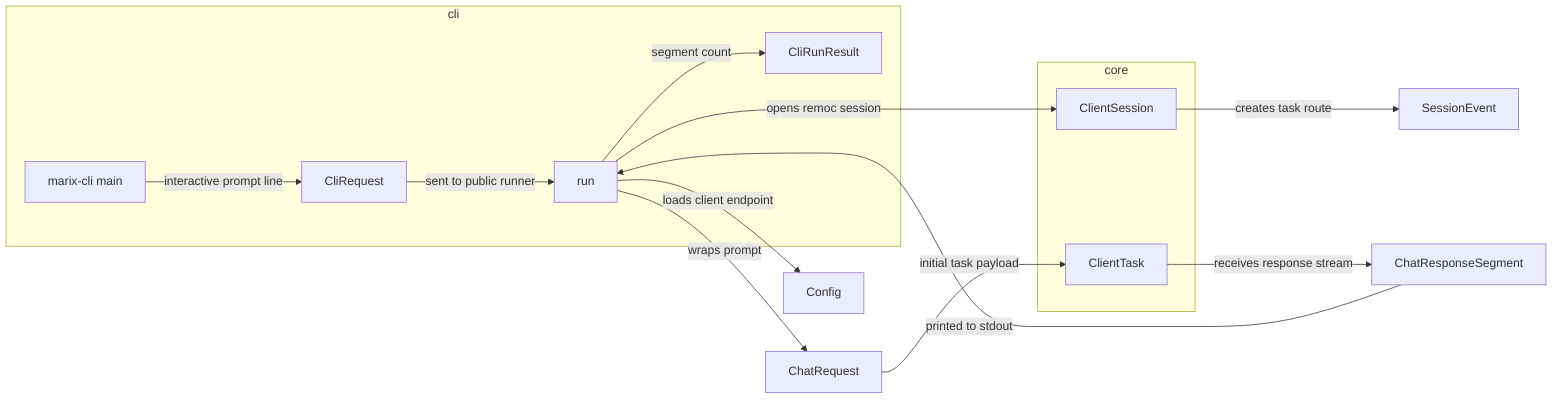
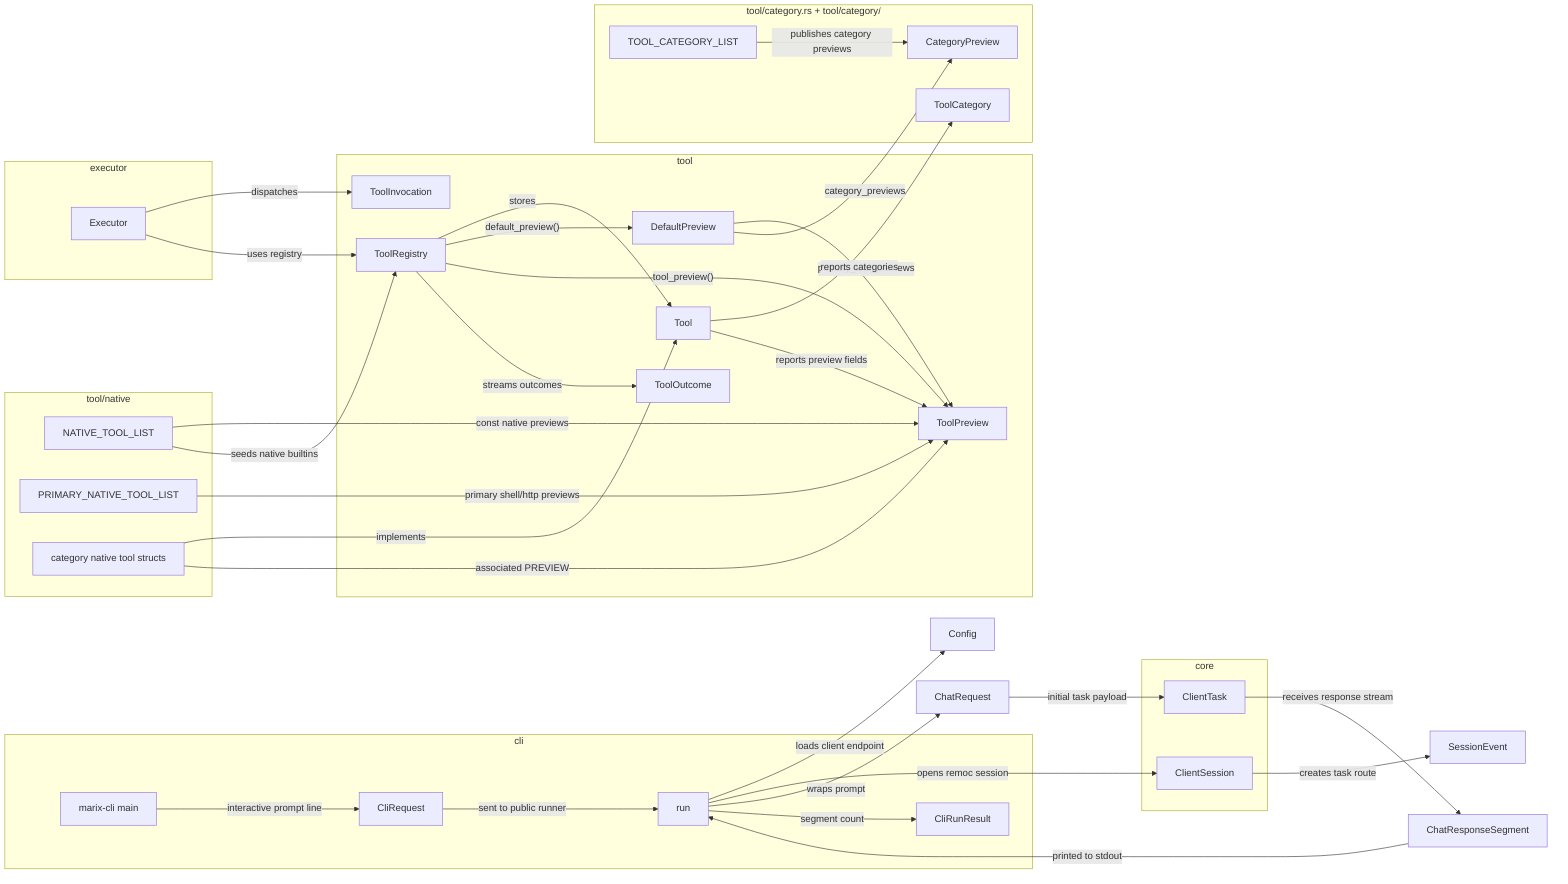
flowchart LR
  subgraph cli["cli"]
    CliMain["marix-cli main"]
    CliRequest["CliRequest"]
    CliRun["run"]
    CliRunResult["CliRunResult"]
  end

  subgraph core["core"]
    ClientSession["ClientSession"]
    ClientTask["ClientTask"]
+   end
+ 
+   subgraph executor["executor"]
+     Executor["Executor"]
+   end
+ 
+   subgraph tool["tool"]
+     ToolRegistry["ToolRegistry"]
+     ToolTrait["Tool"]
+     DefaultPreview["DefaultPreview"]
+     ToolPreview["ToolPreview"]
+     ToolInvocation["ToolInvocation"]
+     ToolOutcome["ToolOutcome"]
+   end
+ 
+   subgraph category["tool/category.rs + tool/category/"]
+     ToolCategoryList["TOOL_CATEGORY_LIST"]
+     ToolCategory["ToolCategory"]
+     CategoryPreview["CategoryPreview"]
+   end
+ 
+   subgraph native["tool/native"]
+     NativeToolList["NATIVE_TOOL_LIST"]
+     PrimaryNativeToolList["PRIMARY_NATIVE_TOOL_LIST"]
+     NativeToolStructs["category native tool structs"]
  end

  Config["Config"]
  ChatRequest["ChatRequest"]
  SessionEvent["SessionEvent"]
  ChatResponseSegment["ChatResponseSegment"]

  CliMain -->|"interactive prompt line"| CliRequest
  CliRequest -->|"sent to public runner"| CliRun
  CliRun -->|"loads client endpoint"| Config
  CliRun -->|"opens remoc session"| ClientSession
  ClientSession -->|"creates task route"| SessionEvent
  CliRun -->|"wraps prompt"| ChatRequest
  ChatRequest -->|"initial task payload"| ClientTask
  ClientTask -->|"receives response stream"| ChatResponseSegment
  ChatResponseSegment -->|"printed to stdout"| CliRun
  CliRun -->|"segment count"| CliRunResult
+   Executor -->|"dispatches"| ToolInvocation
+   Executor -->|"uses registry"| ToolRegistry
+   ToolRegistry -->|"stores"| ToolTrait
+   ToolRegistry -->|"default_preview()"| DefaultPreview
+   ToolRegistry -->|"tool_preview()"| ToolPreview
+   DefaultPreview -->|"primary_tool_previews"| ToolPreview
+   DefaultPreview -->|"category_previews"| CategoryPreview
+   ToolRegistry -->|"streams outcomes"| ToolOutcome
+   ToolTrait -->|"reports categories"| ToolCategory
+   ToolTrait -->|"reports preview fields"| ToolPreview
+   ToolCategoryList -->|"publishes category previews"| CategoryPreview
+   NativeToolStructs -->|"implements"| ToolTrait
+   NativeToolStructs -->|"associated PREVIEW"| ToolPreview
+   NativeToolList -->|"const native previews"| ToolPreview
+   PrimaryNativeToolList -->|"primary shell/http previews"| ToolPreview
+   NativeToolList -->|"seeds native builtins"| ToolRegistry
